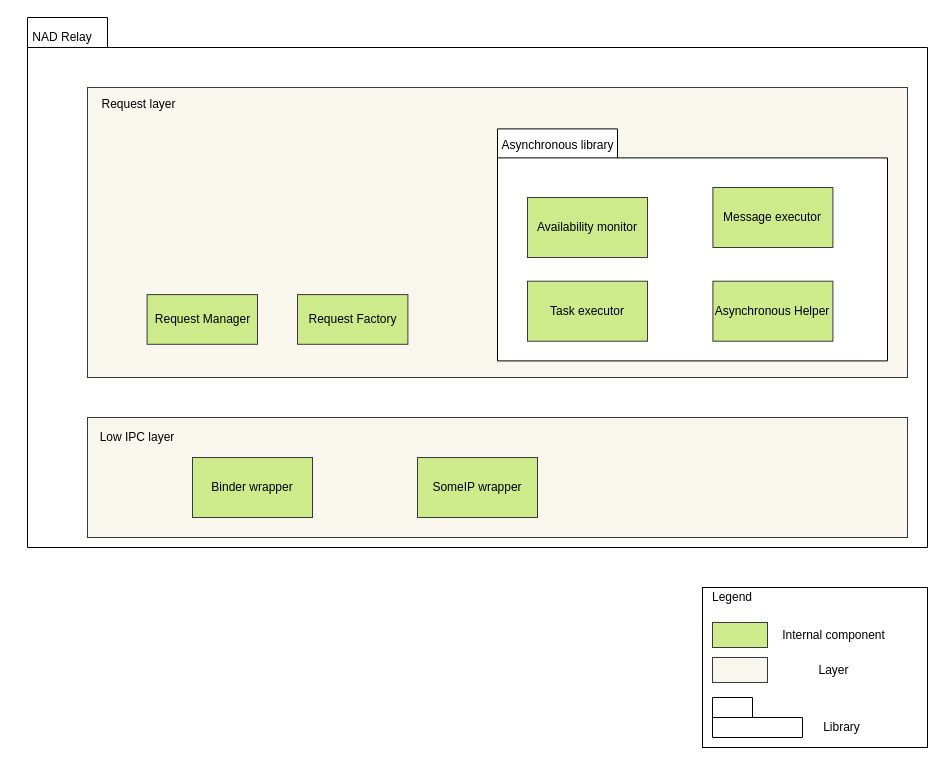
Before: page "static" (1 of 7) of doc/SA cert/Design/nadproxy.drawio in taikt/codefun, a draw.io diagram. Source tidied: cells renumbered, new cells numbered last; positions are measured from the earlier drawing's top-left corner, leaving out a move shared by most shapes. Both pictures are drawn from the tidied source at 100%, with x=0, y=0 at pixel (17, 17).
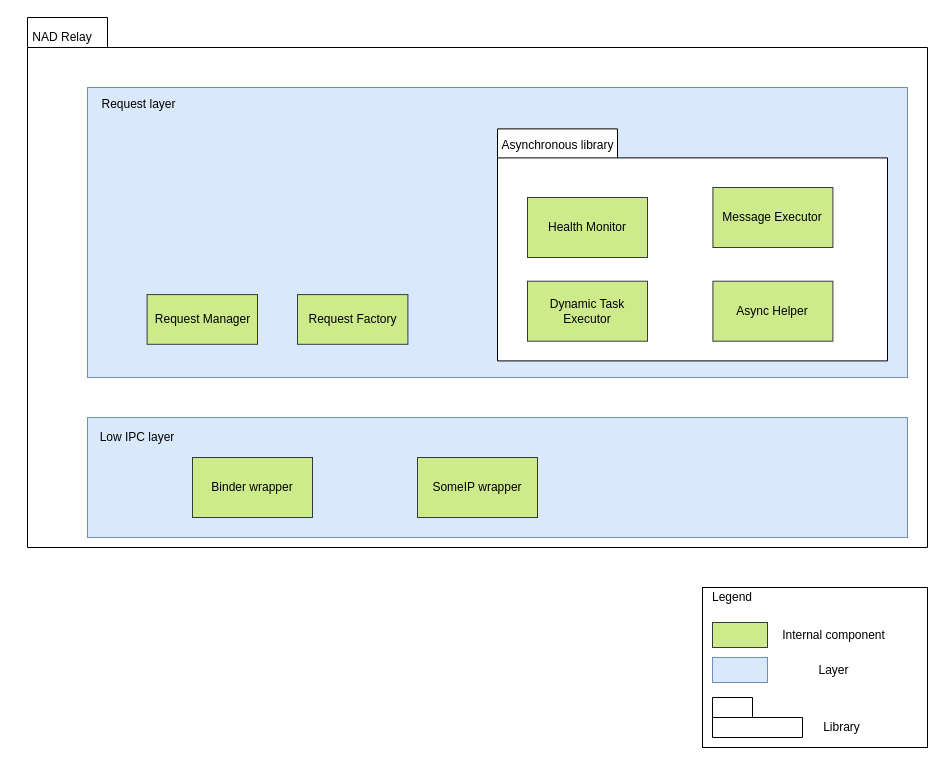
The same page after the edit.

Unchanged cells that the change refers to:
```xml
<mxCell id="7" style="group;" parent="5" vertex="1">
  <mxGeometry x="410" y="41.4" width="390" height="232" as="geometry" />
</mxCell>
```

The edit, as a diff of the source:
```diff
@@
-    <mxCell id="5" style="group;fillColor=#fff2cc;strokeColor=#d6b656;" parent="1" vertex="1">
+    <mxCell id="5" style="group;fillColor=#dae8fc;strokeColor=#6c8ebf;" parent="1" vertex="1">
       <mxGeometry x="70" y="70" width="820" height="290" as="geometry" />
     </mxCell>
-    <mxCell id="6" style="rounded=0;whiteSpace=wrap;html=1;fillColor=#f9f7ed;strokeColor=#36393d;" parent="5" vertex="1">
+    <mxCell id="6" style="rounded=0;whiteSpace=wrap;html=1;fillColor=#dae8fc;strokeColor=#6c8ebf;" parent="5" vertex="1">
       <mxGeometry width="820" height="290" as="geometry" />
     </mxCell>
@@
-    <mxCell id="9" value="Availability monitor" style="rounded=0;whiteSpace=wrap;html=1;fillColor=#cdeb8b;strokeColor=#36393d;" parent="7" vertex="1">
+    <mxCell id="9" value="Health Monitor" style="rounded=0;whiteSpace=wrap;html=1;fillColor=#cdeb8b;strokeColor=#36393d;" parent="7" vertex="1">
       <mxGeometry x="30" y="68.6" width="120" height="60" as="geometry" />
     </mxCell>
-    <mxCell id="10" value="Message executor" style="rounded=0;whiteSpace=wrap;html=1;fillColor=#cdeb8b;strokeColor=#36393d;" parent="7" vertex="1">
+    <mxCell id="10" value="Message Executor" style="rounded=0;whiteSpace=wrap;html=1;fillColor=#cdeb8b;strokeColor=#36393d;" parent="7" vertex="1">
       <mxGeometry x="215.4" y="58.6" width="120" height="60" as="geometry" />
     </mxCell>
-    <mxCell id="11" value="Task executor" style="rounded=0;whiteSpace=wrap;html=1;fillColor=#cdeb8b;strokeColor=#36393d;" parent="7" vertex="1">
+    <mxCell id="11" value="Dynamic Task Executor" style="rounded=0;whiteSpace=wrap;html=1;fillColor=#cdeb8b;strokeColor=#36393d;" parent="7" vertex="1">
       <mxGeometry x="30" y="152.3" width="120" height="60" as="geometry" />
     </mxCell>
-    <mxCell id="12" value="Asynchronous Helper" style="rounded=0;whiteSpace=wrap;html=1;fillColor=#cdeb8b;strokeColor=#36393d;" parent="7" vertex="1">
+    <mxCell id="12" value="Async Helper" style="rounded=0;whiteSpace=wrap;html=1;fillColor=#cdeb8b;strokeColor=#36393d;" parent="7" vertex="1">
       <mxGeometry x="215.4" y="152.3" width="120" height="60" as="geometry" />
     </mxCell>
@@
-    <mxCell id="17" style="rounded=0;whiteSpace=wrap;html=1;fillColor=#f9f7ed;strokeColor=#36393d;" parent="1" vertex="1">
+    <mxCell id="17" style="rounded=0;whiteSpace=wrap;html=1;fillColor=#dae8fc;strokeColor=#6c8ebf;" parent="1" vertex="1">
       <mxGeometry x="70" y="400" width="820" height="120" as="geometry" />
     </mxCell>
@@
-    <mxCell id="25" style="html=1;fillColor=#f9f7ed;strokeColor=#36393d;" parent="1" vertex="1">
+    <mxCell id="25" style="html=1;fillColor=#dae8fc;strokeColor=#6c8ebf;" parent="1" vertex="1">
       <mxGeometry x="695" y="640" width="55" height="25" as="geometry" />
     </mxCell>
```
